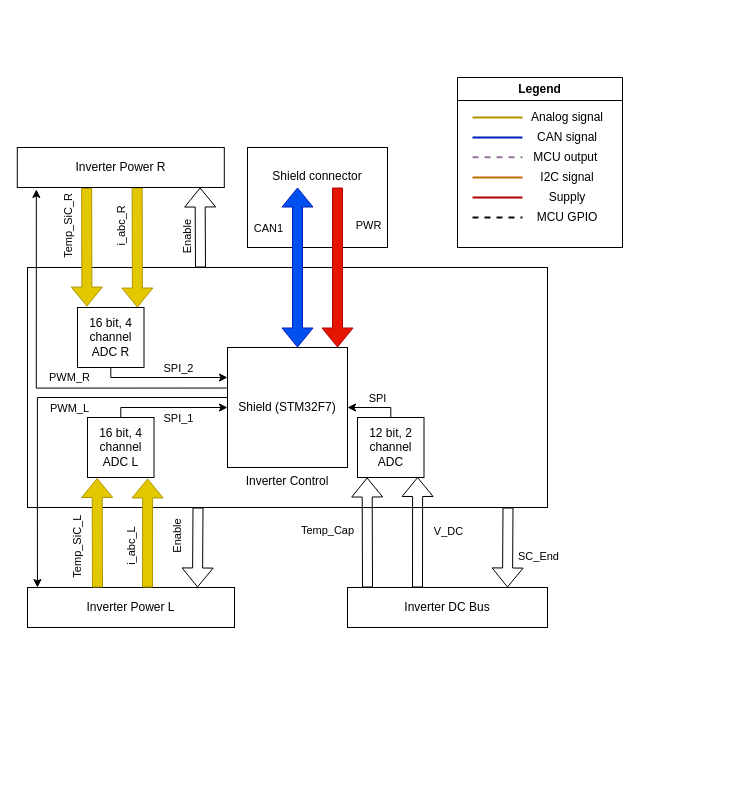
Before: HW/Inverter_HW.drawio in dweggg/Inverter, a draw.io diagram. Source tidied: cells renumbered, new cells numbered last; positions are measured from the earlier drawing's top-left corner, leaving out a move shared by most shapes. Both pictures are drawn from the tidied source at 100%, with x=0, y=0 at pixel (17, 77).
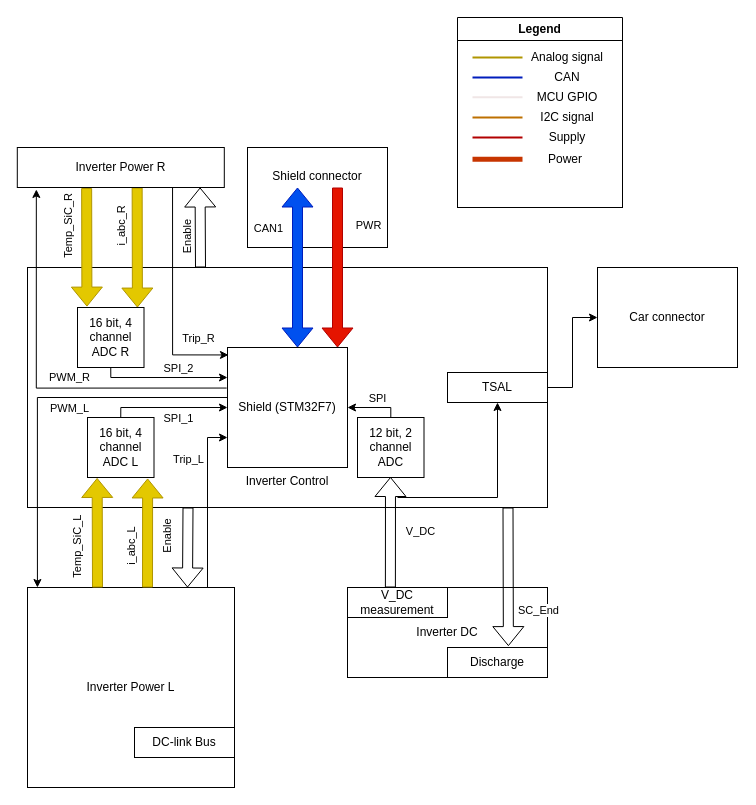
The same diagram, later.

Unchanged cells that the change refers to:
```xml
<mxCell id="6" value="Shield (STM32F7)" style="whiteSpace=wrap;html=1;" parent="1" vertex="1">
  <mxGeometry x="210" y="270" width="120" height="120" as="geometry" />
</mxCell>
<mxCell id="28" value="12 bit, 2 channel ADC" style="rounded=0;whiteSpace=wrap;html=1;" parent="1" vertex="1">
  <mxGeometry x="340" y="340" width="66.5" height="60" as="geometry" />
</mxCell>
<mxCell id="42" value="Inverter Power R" style="rounded=0;whiteSpace=wrap;html=1;direction=east;" parent="1" vertex="1">
  <mxGeometry x="-0.2" y="70" width="207" height="40" as="geometry" />
</mxCell>
```

What changed in the source:
```diff
@@
+    <mxCell id="57" style="edgeStyle=orthogonalEdgeStyle;rounded=0;jettySize=auto;html=1;entryX=0;entryY=0.75;entryDx=0;entryDy=0;" parent="1" edge="1" source="9" target="6">
+      <mxGeometry relative="1" as="geometry">
+        <Array as="points">
+          <mxPoint x="190" y="360" />
+        </Array>
+      </mxGeometry>
+    </mxCell>
+    <mxCell id="58" value="Trip_L" style="edgeLabel;html=1;align=center;verticalAlign=middle;" parent="57" vertex="1">
+      <mxGeometry x="0.52" y="-1" relative="1" as="geometry">
+        <mxPoint x="-21" as="offset" />
+      </mxGeometry>
+    </mxCell>
     <mxCell id="9" value="Inverter Power L" style="rounded=0;whiteSpace=wrap;html=1;" parent="1" vertex="1">
-      <mxGeometry x="10" y="510" width="207" height="40" as="geometry" />
+      <mxGeometry x="10" y="510" width="207" height="200" as="geometry" />
     </mxCell>
-    <mxCell id="10" value="Inverter DC Bus" style="rounded=0;whiteSpace=wrap;html=1;" parent="1" vertex="1">
-      <mxGeometry x="330" y="510" width="200" height="40" as="geometry" />
+    <mxCell id="10" value="Inverter DC" style="rounded=0;whiteSpace=wrap;html=1;" parent="1" vertex="1">
+      <mxGeometry x="330" y="510" width="200" height="90" as="geometry" />
     </mxCell>
@@
-    <mxCell id="15" style="shape=flexArrow;endArrow=classic;html=1;rounded=0;exitX=0.286;exitY=-0.015;exitDx=0;exitDy=0;exitPerimeter=0;entryX=0.145;entryY=1;entryDx=0;entryDy=0;entryPerimeter=0;" parent="1" edge="1" target="28">
-      <mxGeometry relative="1" as="geometry">
-        <mxPoint x="350" y="510" as="sourcePoint" />
-      </mxGeometry>
-    </mxCell>
-    <mxCell id="16" value="Temp_Cap" style="edgeLabel;html=1;align=center;verticalAlign=middle;" parent="15" vertex="1">
-      <mxGeometry x="0.8" y="-4" relative="1" as="geometry">
-        <mxPoint x="-44" y="42" as="offset" />
-      </mxGeometry>
-    </mxCell>
-    <mxCell id="17" style="shape=flexArrow;endArrow=classic;html=1;rounded=0;exitX=0.286;exitY=-0.015;exitDx=0;exitDy=0;exitPerimeter=0;entryX=0.904;entryY=0.992;entryDx=0;entryDy=0;entryPerimeter=0;" parent="1" edge="1" target="28">
+    <mxCell id="17" style="shape=flexArrow;endArrow=classic;html=1;rounded=0;exitX=0.286;exitY=-0.015;exitDx=0;exitDy=0;exitPerimeter=0;entryX=0.904;entryY=0.992;entryDx=0;entryDy=0;entryPerimeter=0;" parent="1" edge="1">
       <mxGeometry relative="1" as="geometry">
-        <mxPoint x="400" y="510" as="sourcePoint" />
+        <mxPoint x="372.9" y="510" as="sourcePoint" />
+        <mxPoint x="373" y="399.5" as="targetPoint" />
       </mxGeometry>
     </mxCell>
@@
-    <mxCell id="19" style="shape=flexArrow;endArrow=classic;html=1;rounded=0;exitX=0.199;exitY=0.994;exitDx=0;exitDy=0;exitPerimeter=0;" parent="1" edge="1">
+    <mxCell id="19" style="shape=flexArrow;endArrow=classic;html=1;rounded=0;exitX=0.199;exitY=0.994;exitDx=0;exitDy=0;exitPerimeter=0;entryX=0.609;entryY=-0.047;entryDx=0;entryDy=0;entryPerimeter=0;" parent="1" edge="1" target="63">
       <mxGeometry relative="1" as="geometry">
         <mxPoint x="490.5" y="430" as="sourcePoint" />
-        <mxPoint x="490" y="510" as="targetPoint" />
       </mxGeometry>
     </mxCell>
@@
     <mxCell id="21" style="shape=flexArrow;endArrow=classic;html=1;rounded=0;exitX=0.199;exitY=0.994;exitDx=0;exitDy=0;exitPerimeter=0;" parent="1" edge="1">
       <mxGeometry relative="1" as="geometry">
-        <mxPoint x="180.5" y="430" as="sourcePoint" />
-        <mxPoint x="180" y="510" as="targetPoint" />
+        <mxPoint x="170.5" y="430" as="sourcePoint" />
+        <mxPoint x="170" y="510" as="targetPoint" />
       </mxGeometry>
     </mxCell>
@@
     <mxCell id="43" style="whiteSpace=wrap;html=1;" parent="1" vertex="1">
-      <mxGeometry x="440" y="18.5" width="165" height="151.5" as="geometry" />
+      <mxGeometry x="440" y="-41.5" width="165" height="171.5" as="geometry" />
     </mxCell>
     <mxCell id="44" style="endArrow=none;html=1;rounded=0;fillColor=#e3c800;strokeColor=#B09500;strokeWidth=2;" parent="1" edge="1">
       <mxGeometry relative="1" as="geometry">
-        <mxPoint x="455" y="40" as="sourcePoint" />
-        <mxPoint x="505" y="40" as="targetPoint" />
+        <mxPoint x="455" y="-20" as="sourcePoint" />
+        <mxPoint x="505" y="-20" as="targetPoint" />
       </mxGeometry>
     </mxCell>
     <mxCell id="45" style="endArrow=none;html=1;rounded=0;fillColor=#0050ef;strokeColor=#001DBC;strokeWidth=2;" parent="1" edge="1">
       <mxGeometry relative="1" as="geometry">
-        <mxPoint x="455" y="60" as="sourcePoint" />
-        <mxPoint x="505" y="60" as="targetPoint" />
+        <mxPoint x="455" as="sourcePoint" />
+        <mxPoint x="505" as="targetPoint" />
       </mxGeometry>
     </mxCell>
-    <mxCell id="46" style="endArrow=none;html=1;rounded=0;strokeColor=#96739c;strokeWidth=2;dashed=1;" parent="1" edge="1">
+    <mxCell id="46" style="endArrow=none;html=1;rounded=0;strokeColor=#F0E6E6;strokeWidth=2;fillColor=#f5f5f5;" parent="1" edge="1">
       <mxGeometry relative="1" as="geometry">
-        <mxPoint x="455" y="79.7" as="sourcePoint" />
-        <mxPoint x="505" y="79.7" as="targetPoint" />
+        <mxPoint x="455" y="19.7" as="sourcePoint" />
+        <mxPoint x="505" y="19.7" as="targetPoint" />
       </mxGeometry>
     </mxCell>
     <mxCell id="47" style="endArrow=none;html=1;rounded=0;fillColor=#a0522d;strokeColor=#bd7000;strokeWidth=2;" parent="1" edge="1">
       <mxGeometry relative="1" as="geometry">
-        <mxPoint x="455" y="100" as="sourcePoint" />
-        <mxPoint x="505" y="100" as="targetPoint" />
+        <mxPoint x="455" y="40" as="sourcePoint" />
+        <mxPoint x="505" y="40" as="targetPoint" />
       </mxGeometry>
     </mxCell>
     <mxCell id="48" style="endArrow=none;html=1;rounded=0;fillColor=#e51400;strokeColor=#B20000;strokeWidth=2;" parent="1" edge="1">
       <mxGeometry relative="1" as="geometry">
-        <mxPoint x="455" y="120" as="sourcePoint" />
-        <mxPoint x="505" y="120" as="targetPoint" />
+        <mxPoint x="455" y="60" as="sourcePoint" />
+        <mxPoint x="505" y="60" as="targetPoint" />
       </mxGeometry>
     </mxCell>
     <mxCell id="49" value="Analog signal" style="text;html=1;strokeColor=none;fillColor=none;align=center;verticalAlign=middle;whiteSpace=wrap;rounded=0;" parent="1" vertex="1">
-      <mxGeometry x="505" y="30" width="90" height="20" as="geometry" />
+      <mxGeometry x="505" y="-30" width="90" height="20" as="geometry" />
     </mxCell>
-    <mxCell id="50" value="CAN signal" style="text;html=1;strokeColor=none;fillColor=none;align=center;verticalAlign=middle;whiteSpace=wrap;rounded=0;" parent="1" vertex="1">
-      <mxGeometry x="505" y="50" width="90" height="20" as="geometry" />
+    <mxCell id="50" value="CAN" style="text;html=1;strokeColor=none;fillColor=none;align=center;verticalAlign=middle;whiteSpace=wrap;rounded=0;" parent="1" vertex="1">
+      <mxGeometry x="505" y="-10" width="90" height="20" as="geometry" />
     </mxCell>
-    <mxCell id="51" value="MCU output&amp;nbsp;" style="text;html=1;strokeColor=none;fillColor=none;align=center;verticalAlign=middle;whiteSpace=wrap;rounded=0;" parent="1" vertex="1">
-      <mxGeometry x="505" y="70" width="90" height="20" as="geometry" />
+    <mxCell id="51" value="MCU GPIO" style="text;html=1;strokeColor=none;fillColor=none;align=center;verticalAlign=middle;whiteSpace=wrap;rounded=0;" parent="1" vertex="1">
+      <mxGeometry x="505" y="10" width="90" height="20" as="geometry" />
     </mxCell>
     <mxCell id="52" value="I2C signal" style="text;html=1;strokeColor=none;fillColor=none;align=center;verticalAlign=middle;whiteSpace=wrap;rounded=0;" parent="1" vertex="1">
-      <mxGeometry x="505" y="90" width="90" height="20" as="geometry" />
+      <mxGeometry x="505" y="30" width="90" height="20" as="geometry" />
     </mxCell>
     <mxCell id="53" value="Supply" style="text;html=1;strokeColor=none;fillColor=none;align=center;verticalAlign=middle;whiteSpace=wrap;rounded=0;" parent="1" vertex="1">
-      <mxGeometry x="505" y="110" width="90" height="20" as="geometry" />
+      <mxGeometry x="505" y="50" width="90" height="20" as="geometry" />
     </mxCell>
     <mxCell id="54" value="Legend" style="swimlane;whiteSpace=wrap;html=1;" parent="1" vertex="1">
-      <mxGeometry x="440" width="165" height="170" as="geometry" />
+      <mxGeometry x="440" y="-60" width="165" height="190" as="geometry" />
     </mxCell>
-    <mxCell id="55" style="endArrow=none;html=1;rounded=0;fillColor=#e51400;strokeColor=#080808;strokeWidth=2;dashed=1;" parent="54" edge="1">
-      <mxGeometry relative="1" as="geometry">
-        <mxPoint x="15" y="140" as="sourcePoint" />
-        <mxPoint x="65" y="140" as="targetPoint" />
-        <Array as="points">
-          <mxPoint x="45" y="140" />
-        </Array>
-      </mxGeometry>
-    </mxCell>
-    <mxCell id="56" value="MCU GPIO" style="text;html=1;strokeColor=none;fillColor=none;align=center;verticalAlign=middle;whiteSpace=wrap;rounded=0;" parent="54" vertex="1">
-      <mxGeometry x="65" y="130" width="90" height="20" as="geometry" />
-    </mxCell>
+    <mxCell id="59" style="endArrow=none;html=1;rounded=0;fillColor=#fa6800;strokeColor=#C73500;strokeWidth=5;" parent="54" edge="1">
+      <mxGeometry relative="1" as="geometry">
+        <mxPoint x="15" y="141.7" as="sourcePoint" />
+        <mxPoint x="65" y="141.7" as="targetPoint" />
+        <Array as="points">
+          <mxPoint x="45" y="141.7" />
+        </Array>
+      </mxGeometry>
+    </mxCell>
+    <mxCell id="60" value="Power" style="text;html=1;strokeColor=none;fillColor=none;align=center;verticalAlign=middle;whiteSpace=wrap;rounded=0;" parent="54" vertex="1">
+      <mxGeometry x="62.5" y="132" width="90" height="20" as="geometry" />
+    </mxCell>
+    <mxCell id="61" style="edgeStyle=orthogonalEdgeStyle;rounded=0;jettySize=auto;html=1;exitX=0.75;exitY=1;exitDx=0;exitDy=0;entryX=0.008;entryY=0.062;entryDx=0;entryDy=0;entryPerimeter=0;" parent="1" edge="1" source="42" target="6">
+      <mxGeometry relative="1" as="geometry" />
+    </mxCell>
+    <mxCell id="62" value="Trip_R" style="edgeLabel;html=1;align=center;verticalAlign=middle;" parent="61" vertex="1">
+      <mxGeometry x="0.62" y="-1" relative="1" as="geometry">
+        <mxPoint x="12" y="-18" as="offset" />
+      </mxGeometry>
+    </mxCell>
+    <mxCell id="63" value="Discharge" style="rounded=0;whiteSpace=wrap;html=1;" parent="1" vertex="1">
+      <mxGeometry x="430" y="570" width="100" height="30" as="geometry" />
+    </mxCell>
+    <mxCell id="64" value="V_DC measurement" style="rounded=0;whiteSpace=wrap;html=1;" parent="1" vertex="1">
+      <mxGeometry x="330" y="510" width="100" height="30" as="geometry" />
+    </mxCell>
+    <mxCell id="65" value="Car&amp;nbsp;connector" style="rounded=0;whiteSpace=wrap;html=1;" parent="1" vertex="1">
+      <mxGeometry x="580" y="190" width="140" height="100" as="geometry" />
+    </mxCell>
+    <mxCell id="66" style="edgeStyle=orthogonalEdgeStyle;rounded=0;jettySize=auto;html=1;entryX=0;entryY=0.5;entryDx=0;entryDy=0;" parent="1" edge="1" source="68" target="65">
+      <mxGeometry relative="1" as="geometry" />
+    </mxCell>
+    <mxCell id="67" style="edgeStyle=orthogonalEdgeStyle;rounded=0;jettySize=auto;html=1;exitX=0.5;exitY=1;exitDx=0;exitDy=0;startArrow=classic;startFill=1;endArrow=none;endFill=0;" parent="1" edge="1" source="68">
+      <mxGeometry relative="1" as="geometry">
+        <mxPoint x="380" y="420" as="targetPoint" />
+        <Array as="points">
+          <mxPoint x="480" y="420" />
+        </Array>
+      </mxGeometry>
+    </mxCell>
+    <mxCell id="68" value="TSAL" style="rounded=0;whiteSpace=wrap;html=1;" parent="1" vertex="1">
+      <mxGeometry x="430" y="295" width="100" height="30" as="geometry" />
+    </mxCell>
+    <mxCell id="69" value="DC-link Bus" style="rounded=0;whiteSpace=wrap;html=1;" parent="1" vertex="1">
+      <mxGeometry x="117" y="650" width="100" height="30" as="geometry" />
+    </mxCell>
```
